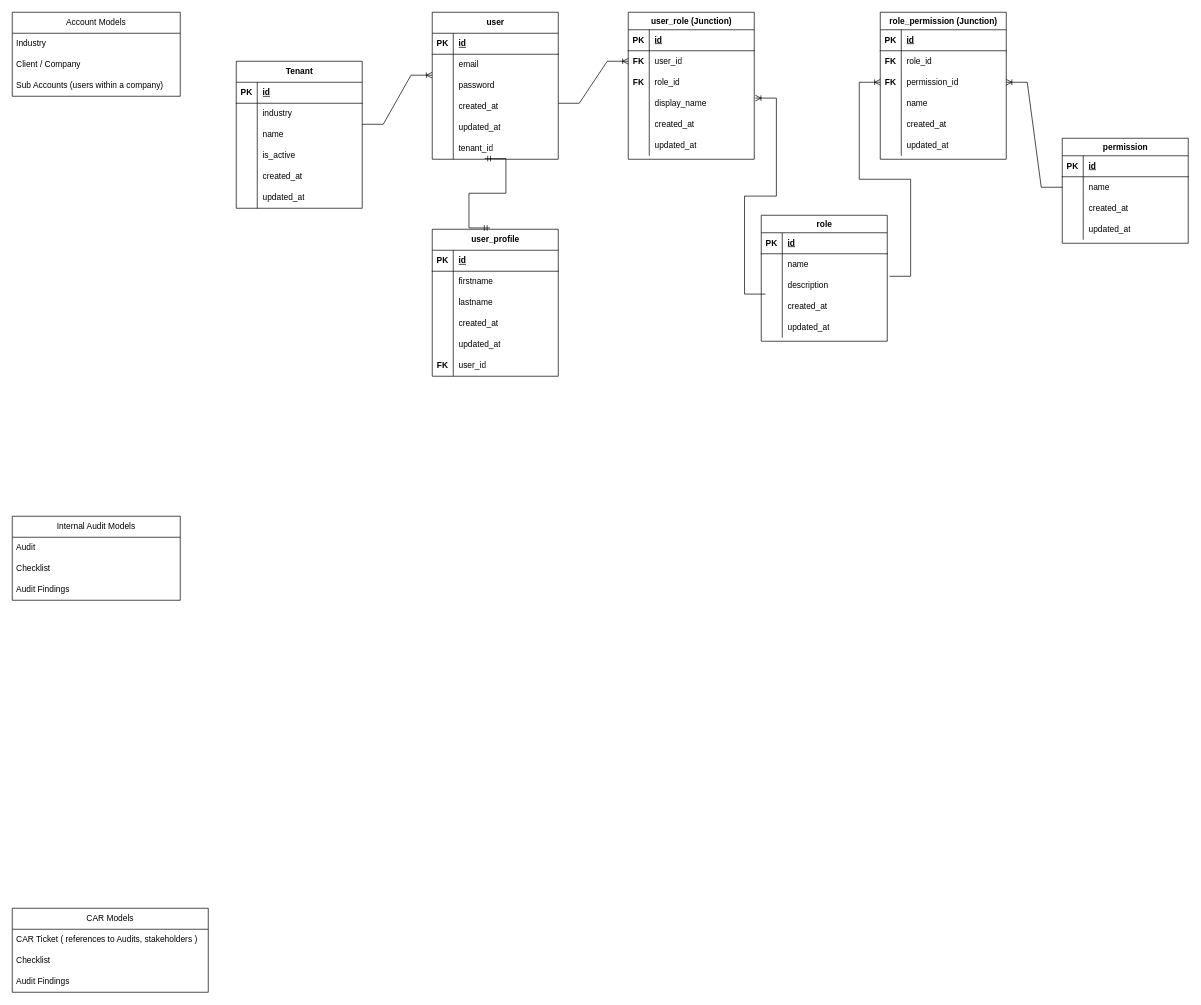
The draw.io diagram Untitled Diagram.drawio in mikogenerale/agf-erd, before the edit. Source tidied: cells renumbered, new cells numbered last; positions are measured from the earlier drawing's top-left corner, leaving out a move shared by most shapes. Both pictures are drawn from the tidied source at 70%, with x=0, y=0 at pixel (12, 12).
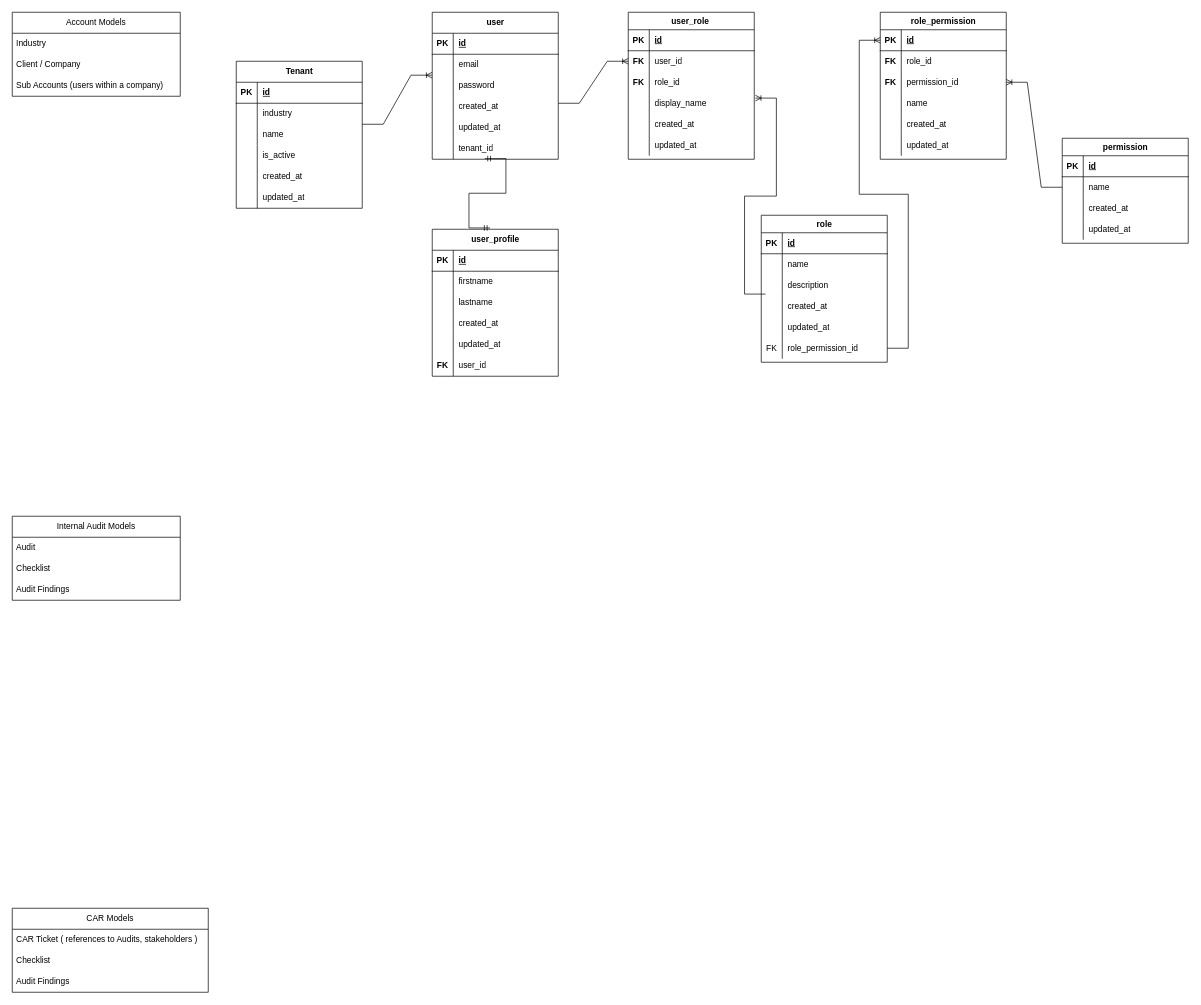
The same diagram, later.

Unchanged cells that the change refers to:
```xml
<mxCell id="57" style="shape=tableRow;horizontal=0;startSize=0;swimlaneHead=0;swimlaneBody=0;fillColor=none;points=[[0,0.5],[1,0.5]];portConstraint=eastwest;top=0;left=0;right=0;bottom=0;" parent="53" vertex="1">
  <mxGeometry y="55" width="180" height="30" as="geometry" />
</mxCell>
```

Diff of the diagram source:
```diff
@@
     <mxCell id="53" value="role" style="shape=table;startSize=25;childLayout=tableLayout;rowLines=0;fontStyle=1;align=center;html=1;" parent="1" vertex="1">
-      <mxGeometry x="1070" y="290" width="180" height="180" as="geometry" />
+      <mxGeometry x="1070" y="290" width="180" height="210" as="geometry" />
     </mxCell>
@@
+    <mxCell id="144" style="shape=tableRow;horizontal=0;startSize=0;swimlaneHead=0;swimlaneBody=0;fillColor=none;points=[[0,0.5],[1,0.5]];portConstraint=eastwest;top=0;left=0;right=0;bottom=0;" parent="53" vertex="1">
+      <mxGeometry y="175" width="180" height="30" as="geometry" />
+    </mxCell>
+    <mxCell id="145" value="FK" style="shape=partialRectangle;fillColor=none;top=0;left=0;bottom=0;right=0;overflow=hidden;whiteSpace=wrap;html=1;" parent="144" vertex="1">
+      <mxGeometry width="30" height="30" as="geometry" />
+    </mxCell>
+    <mxCell id="146" value="role_permission_id" style="shape=partialRectangle;fillColor=none;top=0;left=0;bottom=0;right=0;align=left;spacingLeft=6;overflow=hidden;whiteSpace=wrap;html=1;" parent="144" vertex="1">
+      <mxGeometry x="30" width="150" height="30" as="geometry" />
+    </mxCell>
@@
-    <mxCell id="82" value="role_permission (Junction)" style="shape=table;startSize=25;childLayout=tableLayout;rowLines=0;fontStyle=1;align=center;html=1;" parent="1" vertex="1">
+    <mxCell id="82" value="role_permission" style="shape=table;startSize=25;childLayout=tableLayout;rowLines=0;fontStyle=1;align=center;html=1;" parent="1" vertex="1">
       <mxGeometry x="1240" width="180" height="210" as="geometry" />
     </mxCell>
@@
-    <mxCell id="101" value="user_role (Junction)" style="shape=table;startSize=25;childLayout=tableLayout;rowLines=0;fontStyle=1;align=center;html=1;" parent="1" vertex="1">
+    <mxCell id="101" value="user_role&amp;nbsp;" style="shape=table;startSize=25;childLayout=tableLayout;rowLines=0;fontStyle=1;align=center;html=1;" parent="1" vertex="1">
       <mxGeometry x="880" width="180" height="210" as="geometry" />
     </mxCell>
@@
-    <mxCell id="141" style="edgeStyle=entityRelationEdgeStyle;fontSize=12;html=1;endArrow=ERoneToMany;rounded=0;exitX=1.019;exitY=1.073;exitDx=0;exitDy=0;exitPerimeter=0;" parent="1" edge="1" source="57">
+    <mxCell id="141" style="edgeStyle=entityRelationEdgeStyle;fontSize=12;html=1;endArrow=ERoneToMany;rounded=0;exitX=1;exitY=0.5;exitDx=0;exitDy=0;" parent="1" edge="1" source="144">
       <mxGeometry relative="1" as="geometry">
-        <mxPoint x="1240" y="100" as="targetPoint" />
+        <mxPoint x="1240" y="40" as="targetPoint" />
+        <Array as="points">
+          <mxPoint x="1240" y="200" />
+          <mxPoint x="1240" y="200" />
+          <mxPoint x="1250" y="190" />
+        </Array>
       </mxGeometry>
     </mxCell>
```
